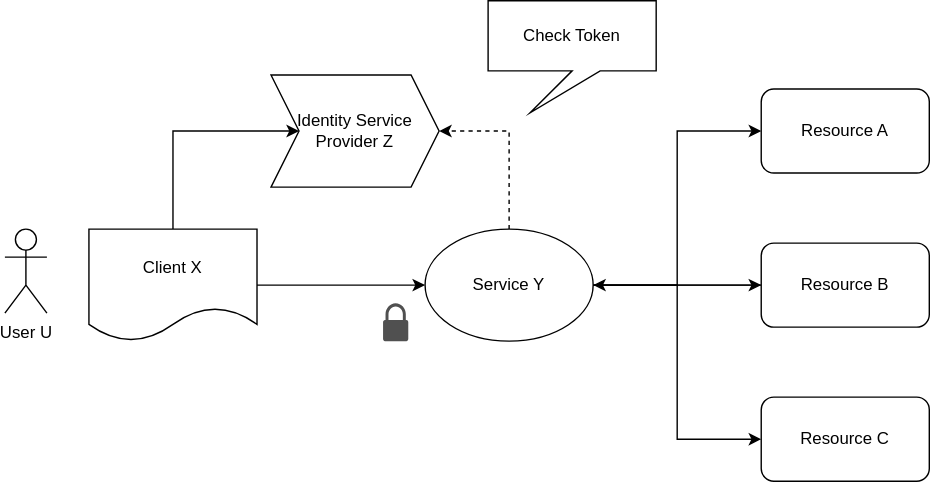
The draw.io diagram media/orkestratie-Niet-transparante-Orkestratie.drawio.svg in Geonovum/KP-APIs, before a commit. Source tidied: cells renumbered, new cells last; positions are measured from the earlier drawing's top-left corner, leaving out a move shared by most shapes.
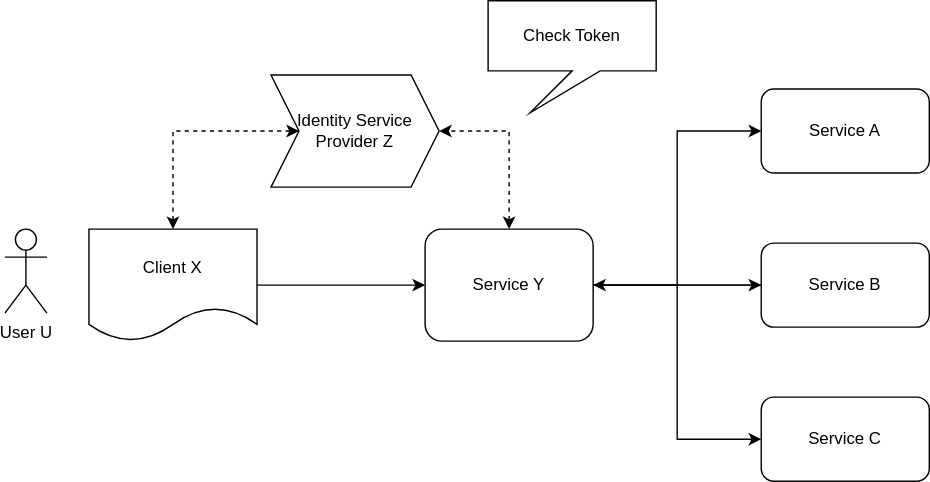
The same diagram one commit later.

Commit message:
Orkestratie beveiliging bijgewerkt

What changed in the source:
```diff
@@ -11,13 +11,13 @@
     <mxCell id="4" style="edgeStyle=orthogonalEdgeStyle;rounded=0;jettySize=auto;html=1;entryX=0;entryY=0.5;entryDx=0;entryDy=0;" parent="1" edge="1" source="5" target="12">
       <mxGeometry relative="1" as="geometry" />
     </mxCell>
-    <mxCell id="5" value="Service Y" style="ellipse;whiteSpace=wrap;html=1;" parent="1" vertex="1">
+    <mxCell id="5" value="Service Y" style="rounded=1;whiteSpace=wrap;html=1;" parent="1" vertex="1">
       <mxGeometry x="300" y="163" width="120" height="80" as="geometry" />
     </mxCell>
     <mxCell id="6" style="edgeStyle=orthogonalEdgeStyle;rounded=0;jettySize=auto;html=1;entryX=0;entryY=0.5;entryDx=0;entryDy=0;" parent="1" edge="1" source="8" target="5">
       <mxGeometry relative="1" as="geometry" />
     </mxCell>
-    <mxCell id="7" style="edgeStyle=orthogonalEdgeStyle;rounded=0;jettySize=auto;html=1;entryX=0;entryY=0.5;entryDx=0;entryDy=0;" parent="1" edge="1" source="8" target="14">
+    <mxCell id="7" style="edgeStyle=orthogonalEdgeStyle;rounded=0;jettySize=auto;html=1;entryX=0;entryY=0.5;entryDx=0;entryDy=0;dashed=1;startArrow=classic;startFill=1;" parent="1" edge="1" source="8" target="14">
       <mxGeometry relative="1" as="geometry">
         <Array as="points">
           <mxPoint x="120" y="93" />
@@ -27,31 +27,28 @@
     <mxCell id="8" value="Client X" style="shape=document;whiteSpace=wrap;html=1;boundedLbl=1;" parent="1" vertex="1">
       <mxGeometry x="60" y="163" width="120" height="80" as="geometry" />
     </mxCell>
-    <mxCell id="9" style="edgeStyle=orthogonalEdgeStyle;rounded=0;jettySize=auto;html=1;dashed=1;exitX=0.5;exitY=0;exitDx=0;exitDy=0;" parent="1" edge="1" source="5" target="14">
+    <mxCell id="9" style="edgeStyle=orthogonalEdgeStyle;rounded=0;jettySize=auto;html=1;dashed=1;exitX=0.5;exitY=0;exitDx=0;exitDy=0;startArrow=classic;startFill=1;" parent="1" edge="1" source="5" target="14">
       <mxGeometry relative="1" as="geometry">
         <Array as="points">
           <mxPoint x="360" y="93" />
         </Array>
       </mxGeometry>
     </mxCell>
-    <mxCell id="10" value="Resource A" style="rounded=1;whiteSpace=wrap;html=1;" parent="1" vertex="1">
+    <mxCell id="10" value="Service A" style="rounded=1;whiteSpace=wrap;html=1;" parent="1" vertex="1">
       <mxGeometry x="540" y="63" width="120" height="60" as="geometry" />
     </mxCell>
     <mxCell id="11" style="edgeStyle=orthogonalEdgeStyle;rounded=0;jettySize=auto;html=1;entryX=1;entryY=0.5;entryDx=0;entryDy=0;" parent="1" edge="1" source="12" target="5">
       <mxGeometry relative="1" as="geometry" />
     </mxCell>
-    <mxCell id="12" value="Resource B" style="rounded=1;whiteSpace=wrap;html=1;" parent="1" vertex="1">
+    <mxCell id="12" value="Service B" style="rounded=1;whiteSpace=wrap;html=1;" parent="1" vertex="1">
       <mxGeometry x="540" y="173" width="120" height="60" as="geometry" />
     </mxCell>
-    <mxCell id="13" value="Resource C" style="rounded=1;whiteSpace=wrap;html=1;" parent="1" vertex="1">
+    <mxCell id="13" value="Service C" style="rounded=1;whiteSpace=wrap;html=1;" parent="1" vertex="1">
       <mxGeometry x="540" y="283" width="120" height="60" as="geometry" />
     </mxCell>
     <mxCell id="14" value="Identity Service Provider Z" style="shape=step;perimeter=stepPerimeter;whiteSpace=wrap;html=1;fixedSize=1;" parent="1" vertex="1">
       <mxGeometry x="190" y="53" width="120" height="80" as="geometry" />
     </mxCell>
-    <mxCell id="15" style="sketch=0;shadow=0;dashed=0;html=1;strokeColor=none;fillColor=#505050;labelPosition=center;verticalLabelPosition=bottom;verticalAlign=top;align=center;shape=mxgraph.office.security.lock_protected;" parent="1" vertex="1">
-      <mxGeometry x="270" y="216" width="18" height="27" as="geometry" />
-    </mxCell>
     <mxCell id="16" value="Check Token" style="shape=callout;whiteSpace=wrap;html=1;perimeter=calloutPerimeter;position2=0.25;" parent="1" vertex="1">
       <mxGeometry x="345" width="120" height="80" as="geometry" />
     </mxCell>
```
